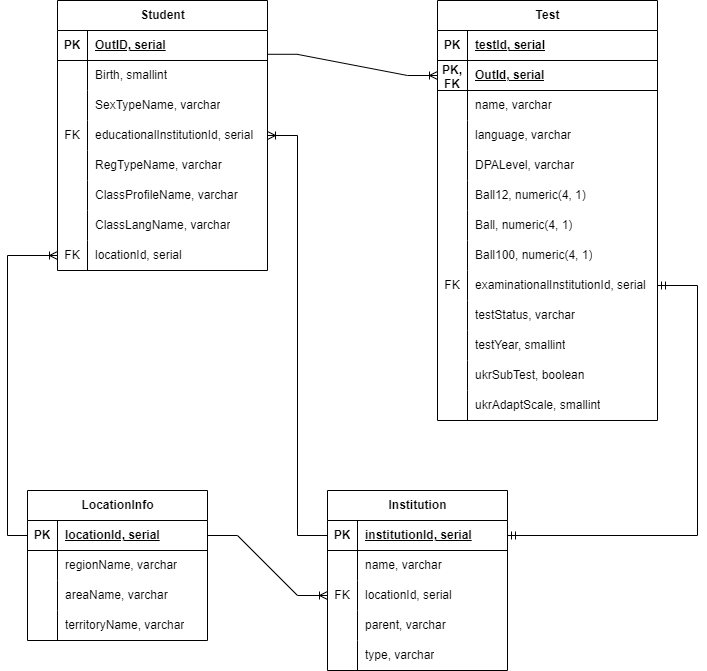
Above: physical_schema.png in AnnaBozhenko/DB_labs (draw.io), before the change. Source tidied: cells renumbered, new cells last; positions are measured from the earlier drawing's top-left corner, leaving out a move shared by most shapes.
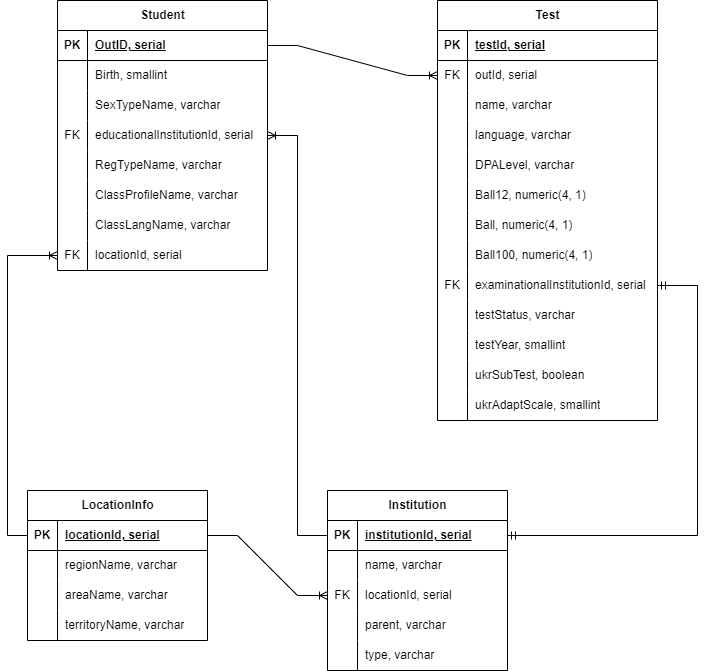
Later version of the same file.

Commit message:
ERD graphs changed, primary key for test table is set to testId.

The edit, as a diff of the source:
```diff
@@ -1,4 +1,4 @@
-<mxGraphModel>
+<mxGraphModel background="#ffffff">
   <root>
     <mxCell id="0" />
     <mxCell id="1" parent="0" />
@@ -128,15 +128,15 @@
     <mxCell id="43" value="testId, serial" style="shape=partialRectangle;fillColor=none;top=0;left=0;bottom=0;right=0;align=left;spacingLeft=6;fontStyle=5;overflow=hidden;whiteSpace=wrap;html=1;" parent="41" vertex="1">
       <mxGeometry x="30" width="190" height="30" as="geometry" />
     </mxCell>
-    <mxCell id="44" style="shape=tableRow;horizontal=0;startSize=0;swimlaneHead=0;swimlaneBody=0;fillColor=none;points=[[0,0.5],[1,0.5]];portConstraint=eastwest;top=0;left=0;right=0;bottom=1;" parent="40" vertex="1">
-      <mxGeometry y="60" width="220" height="30" as="geometry" />
-    </mxCell>
-    <mxCell id="45" value="PK, FK" style="shape=partialRectangle;fillColor=none;top=0;left=0;bottom=0;right=0;fontStyle=1;overflow=hidden;whiteSpace=wrap;html=1;" parent="44" vertex="1">
-      <mxGeometry width="30" height="30" as="geometry" />
-    </mxCell>
-    <mxCell id="46" value="OutId, serial" style="shape=partialRectangle;fillColor=none;top=0;left=0;bottom=0;right=0;align=left;spacingLeft=6;fontStyle=5;overflow=hidden;whiteSpace=wrap;html=1;" parent="44" vertex="1">
-      <mxGeometry x="30" width="190" height="30" as="geometry" />
-    </mxCell>
+    <mxCell id="101" style="shape=tableRow;horizontal=0;startSize=0;swimlaneHead=0;swimlaneBody=0;fillColor=none;points=[[0,0.5],[1,0.5]];portConstraint=eastwest;top=0;left=0;right=0;bottom=0;" parent="40" vertex="1">
+      <mxGeometry y="60" width="220" height="30" as="geometry" />
+    </mxCell>
+    <mxCell id="102" value="FK" style="shape=partialRectangle;fillColor=none;top=0;left=0;bottom=0;right=0;overflow=hidden;whiteSpace=wrap;html=1;" parent="101" vertex="1">
+      <mxGeometry width="30" height="30" as="geometry" />
+    </mxCell>
+    <mxCell id="103" value="outId, serial" style="shape=partialRectangle;fillColor=none;top=0;left=0;bottom=0;right=0;align=left;spacingLeft=6;overflow=hidden;whiteSpace=wrap;html=1;" parent="101" vertex="1">
+      <mxGeometry x="30" width="190" height="30" as="geometry" />
+    </mxCell>
     <mxCell id="47" style="shape=tableRow;horizontal=0;startSize=0;swimlaneHead=0;swimlaneBody=0;fillColor=none;top=0;left=0;right=0;bottom=0;" parent="40" vertex="1">
       <mxGeometry y="90" width="220" height="30" as="geometry" />
     </mxCell>
@@ -287,7 +287,7 @@
     <mxCell id="96" style="edgeStyle=entityRelationEdgeStyle;fontSize=12;html=1;endArrow=ERoneToMany;rounded=0;exitX=0;exitY=0.5;exitDx=0;exitDy=0;entryX=1;entryY=0.5;entryDx=0;entryDy=0;" parent="1" edge="1" source="81" target="25">
       <mxGeometry relative="1" as="geometry" />
     </mxCell>
-    <mxCell id="97" style="edgeStyle=entityRelationEdgeStyle;fontSize=12;html=1;endArrow=ERoneToMany;rounded=0;entryX=0;entryY=0.5;entryDx=0;entryDy=0;exitX=0.998;exitY=0.793;exitDx=0;exitDy=0;exitPerimeter=0;" parent="1" edge="1" source="16" target="44">
+    <mxCell id="97" style="edgeStyle=entityRelationEdgeStyle;fontSize=12;html=1;endArrow=ERoneToMany;rounded=0;entryX=0;entryY=0.5;entryDx=0;entryDy=0;exitX=0.998;exitY=0.793;exitDx=0;exitDy=0;exitPerimeter=0;" parent="1" edge="1" source="16" target="x">
       <mxGeometry relative="1" as="geometry" />
     </mxCell>
     <mxCell id="98" style="edgeStyle=orthogonalEdgeStyle;fontSize=12;html=1;endArrow=ERmandOne;startArrow=ERmandOne;rounded=0;exitX=1;exitY=0.5;exitDx=0;exitDy=0;entryX=1;entryY=0.5;entryDx=0;entryDy=0;" parent="1" edge="1" source="81" target="65">
@@ -309,5 +309,8 @@
         </Array>
       </mxGeometry>
     </mxCell>
+    <mxCell id="104" style="edgeStyle=entityRelationEdgeStyle;fontSize=12;html=1;endArrow=ERoneToMany;rounded=0;exitX=1;exitY=0.5;exitDx=0;exitDy=0;entryX=0;entryY=0.5;entryDx=0;entryDy=0;" parent="1" edge="1" source="16" target="101">
+      <mxGeometry relative="1" as="geometry" />
+    </mxCell>
   </root>
 </mxGraphModel>
```
